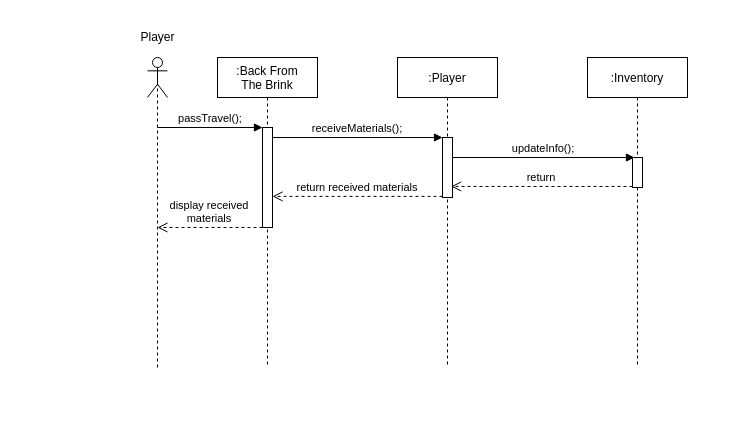
Above: Documentation/Sequence Diagrams/Pass Travel Square SD (draft).drawio in cmcgarry5/csc2058-2021-g25 (draw.io), before the change. Source tidied: cells renumbered, new cells numbered last; positions are measured from the earlier drawing's top-left corner, leaving out a move shared by most shapes. Both pictures are drawn from the tidied source at 100%, with x=0, y=0 at pixel (132, 27).
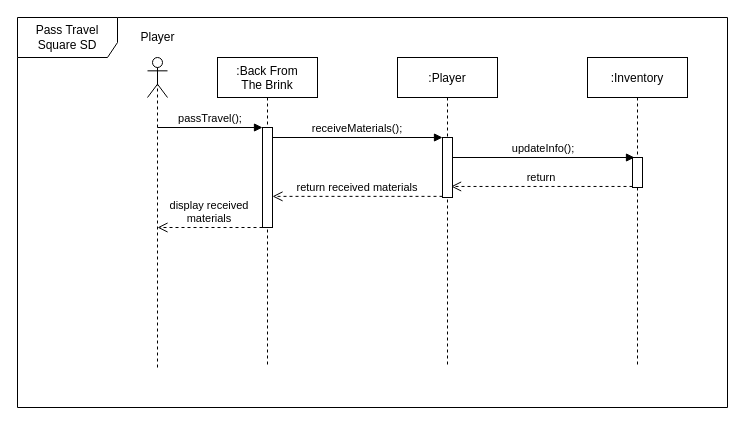
After the change.

The edit, as a diff of the source:
```diff
@@
+    <mxCell id="17" value="Pass Travel Square SD" style="shape=umlFrame;whiteSpace=wrap;html=1;width=100;height=40;" parent="1" vertex="1">
+      <mxGeometry x="-115" y="-10" width="710" height="390" as="geometry" />
+    </mxCell>
```
